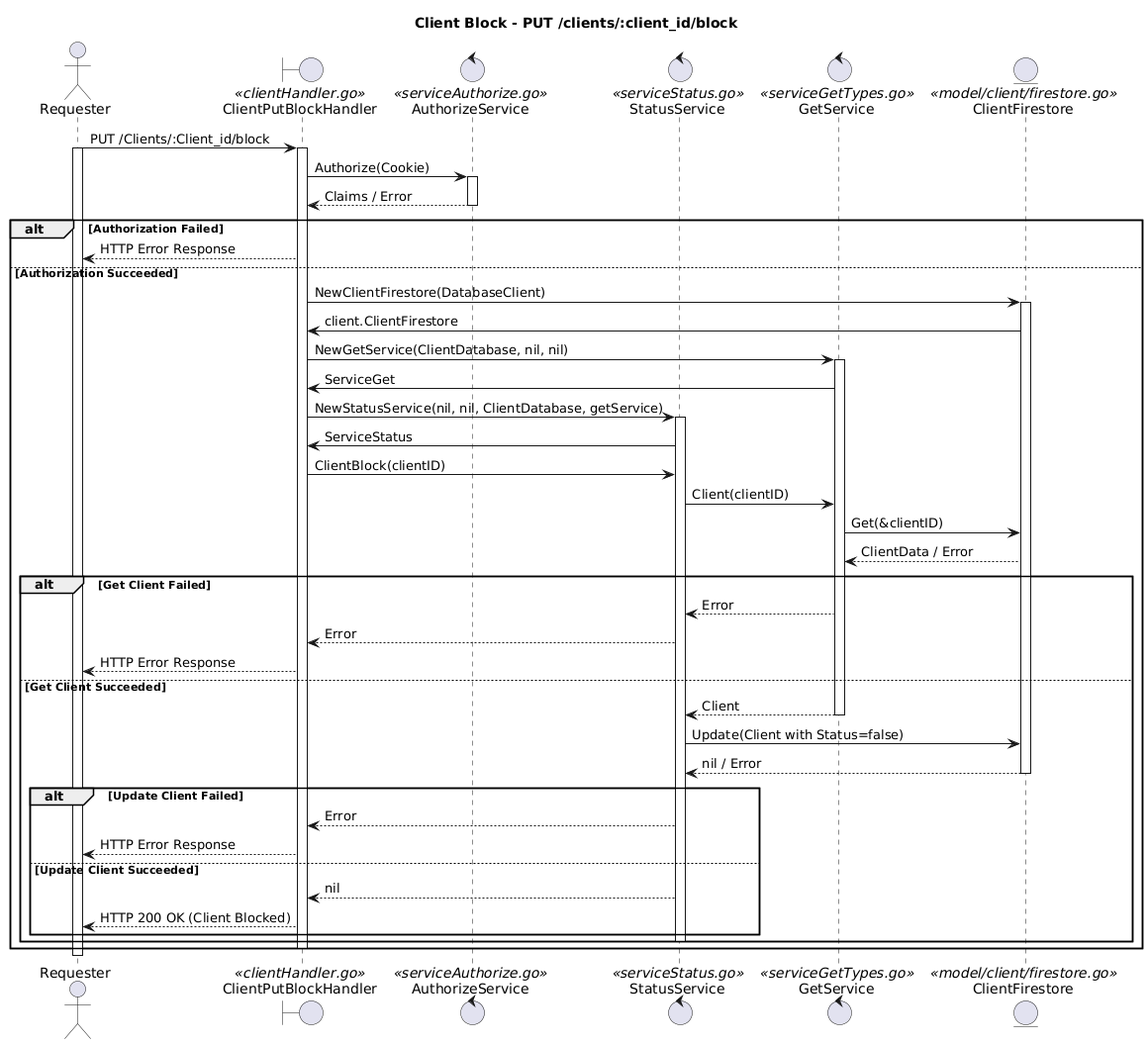
Before: docs/Un(Block)/SequenciaClientBlock.png, a diagram exported from PlantUML (JulioKobayashiEbury/BankingAPI). Its diagram source:
```plantuml
@startuml
title Client Block - PUT /clients/:client_id/block

actor Requester
boundary ClientPutBlockHandler <<clientHandler.go>>
control AuthorizeService <<serviceAuthorize.go>>
control StatusService <<serviceStatus.go>>
control GetService <<serviceGetTypes.go>>
entity ClientFirestore <<model/client/firestore.go>>

Requester -> ClientPutBlockHandler : PUT /Clients/:Client_id/block
activate Requester
activate ClientPutBlockHandler
ClientPutBlockHandler -> AuthorizeService : Authorize(Cookie)
activate AuthorizeService
AuthorizeService --> ClientPutBlockHandler : Claims / Error
deactivate AuthorizeService
alt Authorization Failed
    ClientPutBlockHandler --> Requester : HTTP Error Response
else Authorization Succeeded
    ClientPutBlockHandler -> ClientFirestore : NewClientFirestore(DatabaseClient)
    activate ClientFirestore
    ClientFirestore -> ClientPutBlockHandler : client.ClientFirestore
    ClientPutBlockHandler -> GetService : NewGetService(ClientDatabase, nil, nil)
    activate GetService
    GetService -> ClientPutBlockHandler : ServiceGet
    ClientPutBlockHandler -> StatusService : NewStatusService(nil, nil, ClientDatabase, getService)
    activate StatusService
    StatusService -> ClientPutBlockHandler : ServiceStatus
    ClientPutBlockHandler -> StatusService : ClientBlock(clientID)
    StatusService -> GetService : Client(clientID)
    GetService -> ClientFirestore : Get(&clientID)
    ClientFirestore --> GetService : ClientData / Error
    alt Get Client Failed
        GetService --> StatusService : Error
        StatusService --> ClientPutBlockHandler : Error
        ClientPutBlockHandler --> Requester : HTTP Error Response
    else Get Client Succeeded
        GetService --> StatusService : Client
        deactivate GetService
        StatusService -> ClientFirestore : Update(Client with Status=false)
        ClientFirestore --> StatusService : nil / Error
        deactivate ClientFirestore
        alt Update Client Failed
            StatusService --> ClientPutBlockHandler : Error
            ClientPutBlockHandler --> Requester : HTTP Error Response
        else Update Client Succeeded
            StatusService --> ClientPutBlockHandler : nil
            ClientPutBlockHandler --> Requester : HTTP 200 OK (Client Blocked)
        end
        deactivate StatusService
    end
    deactivate ClientPutBlockHandler
end
deactivate Requester
@enduml
```
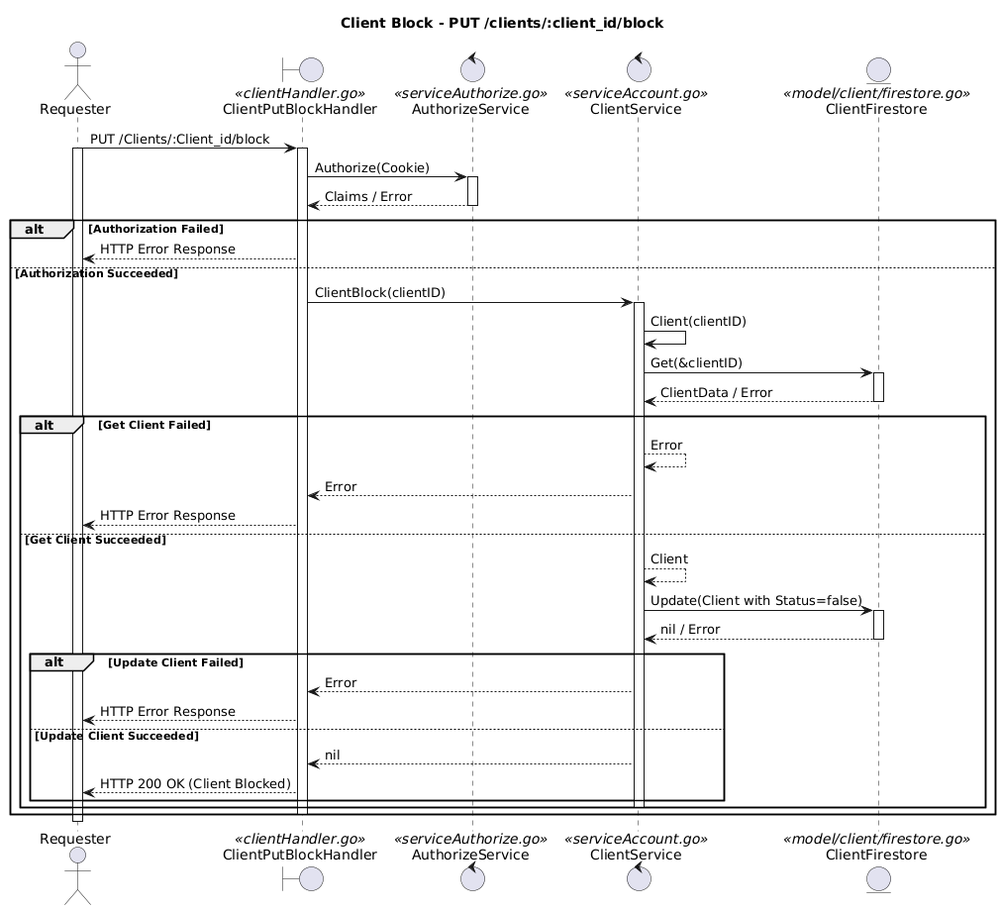
The same diagram one commit later.

What changed in the source:
```diff
@@ -4,8 +4,7 @@
 actor Requester
 boundary ClientPutBlockHandler <<clientHandler.go>>
 control AuthorizeService <<serviceAuthorize.go>>
-control StatusService <<serviceStatus.go>>
-control GetService <<serviceGetTypes.go>>
+control ClientService <<serviceAccount.go>>
 entity ClientFirestore <<model/client/firestore.go>>
 
 Requester -> ClientPutBlockHandler : PUT /Clients/:Client_id/block
@@ -18,37 +17,31 @@
 alt Authorization Failed
     ClientPutBlockHandler --> Requester : HTTP Error Response
 else Authorization Succeeded
-    ClientPutBlockHandler -> ClientFirestore : NewClientFirestore(DatabaseClient)
+    ClientPutBlockHandler -> ClientService : ClientBlock(clientID)
+    activate ClientService
+    ClientService -> ClientService : Client(clientID)
+    ClientService -> ClientFirestore : Get(&clientID)
     activate ClientFirestore
-    ClientFirestore -> ClientPutBlockHandler : client.ClientFirestore
-    ClientPutBlockHandler -> GetService : NewGetService(ClientDatabase, nil, nil)
-    activate GetService
-    GetService -> ClientPutBlockHandler : ServiceGet
-    ClientPutBlockHandler -> StatusService : NewStatusService(nil, nil, ClientDatabase, getService)
-    activate StatusService
-    StatusService -> ClientPutBlockHandler : ServiceStatus
-    ClientPutBlockHandler -> StatusService : ClientBlock(clientID)
-    StatusService -> GetService : Client(clientID)
-    GetService -> ClientFirestore : Get(&clientID)
-    ClientFirestore --> GetService : ClientData / Error
+    ClientFirestore --> ClientService : ClientData / Error
+    deactivate ClientFirestore
     alt Get Client Failed
-        GetService --> StatusService : Error
-        StatusService --> ClientPutBlockHandler : Error
+        ClientService --> ClientService : Error
+        ClientService --> ClientPutBlockHandler : Error
         ClientPutBlockHandler --> Requester : HTTP Error Response
     else Get Client Succeeded
-        GetService --> StatusService : Client
-        deactivate GetService
-        StatusService -> ClientFirestore : Update(Client with Status=false)
-        ClientFirestore --> StatusService : nil / Error
+        ClientService --> ClientService : Client
+        ClientService -> ClientFirestore : Update(Client with Status=false)
+        activate ClientFirestore
+        ClientFirestore --> ClientService : nil / Error
         deactivate ClientFirestore
         alt Update Client Failed
-            StatusService --> ClientPutBlockHandler : Error
+            ClientService --> ClientPutBlockHandler : Error
             ClientPutBlockHandler --> Requester : HTTP Error Response
         else Update Client Succeeded
-            StatusService --> ClientPutBlockHandler : nil
+            ClientService --> ClientPutBlockHandler : nil
             ClientPutBlockHandler --> Requester : HTTP 200 OK (Client Blocked)
         end
-        deactivate StatusService
+        deactivate ClientService
     end
     deactivate ClientPutBlockHandler
 end
```
